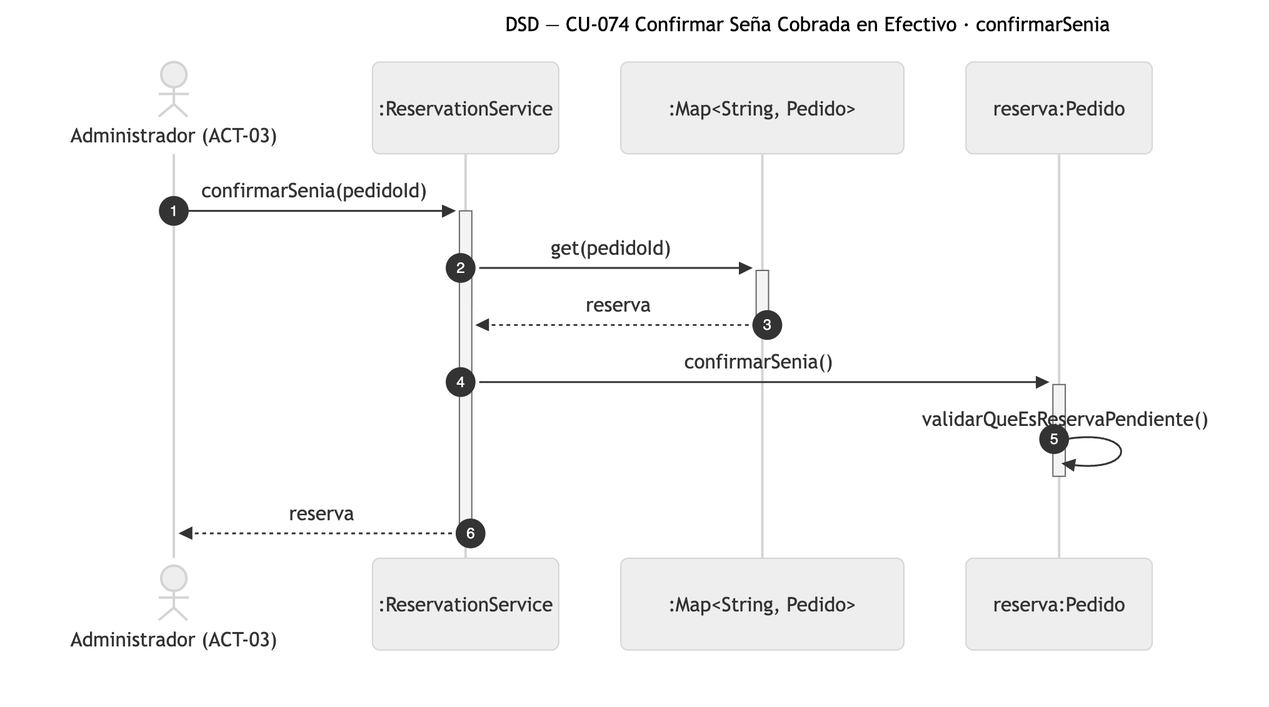
Nahuelito-Dev/splg-docs keeps this Mermaid diagram as diagramas/png/DSD_CU-074_confirmarSenia.png. Above is the earlier version. Its source is kept beside it as diagramas/DSD_CU-074_confirmarSenia.mmd. The source it was exported from:
```mermaid
sequenceDiagram
    title DSD — CU-074 Confirmar Seña Cobrada en Efectivo · confirmarSenia
    autonumber
    actor ADM as Administrador (ACT-03)
    participant SRV as :ReservationService
    participant COL as :Map#lt;String, Pedido#gt;
    participant PED as reserva:Pedido

    ADM->>+SRV: confirmarSenia(pedidoId)
    SRV->>+COL: get(pedidoId)
    COL-->>-SRV: reserva
    SRV->>+PED: confirmarSenia()
    PED->>PED: validarQueEsReservaPendiente()
    deactivate PED
    SRV-->>-ADM: reserva
```
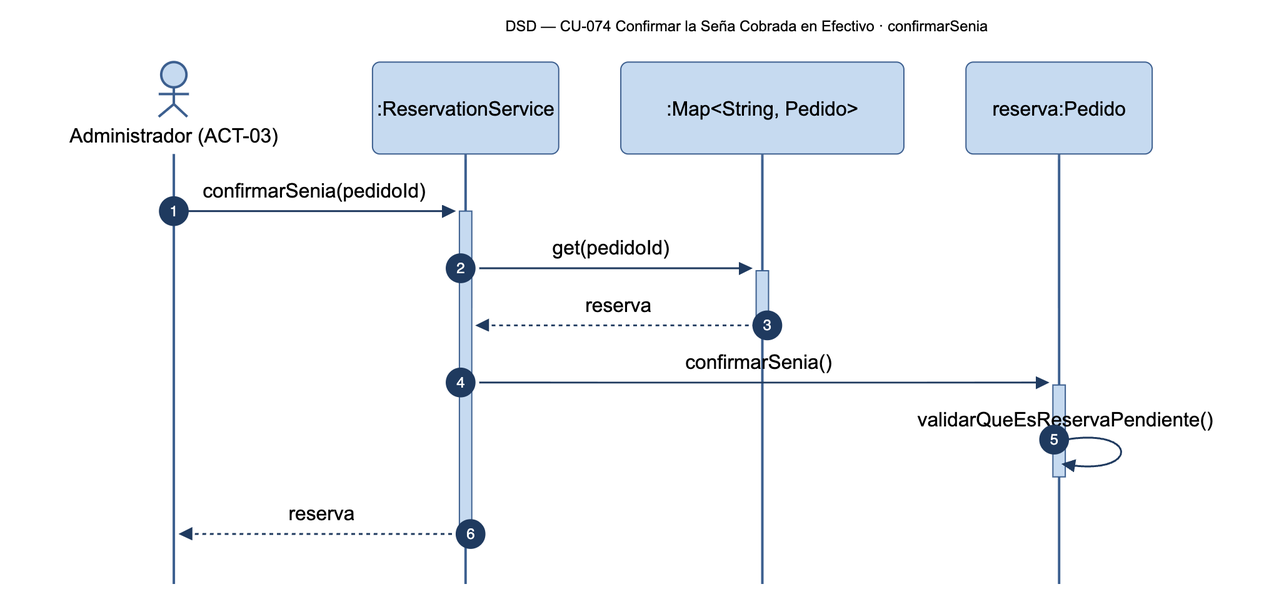
After the commit.

What changed in the source:
```diff
@@ -1,5 +1,5 @@
 sequenceDiagram
-    title DSD — CU-074 Confirmar Seña Cobrada en Efectivo · confirmarSenia
+    title DSD — CU-074 Confirmar la Seña Cobrada en Efectivo · confirmarSenia
     autonumber
     actor ADM as Administrador (ACT-03)
     participant SRV as :ReservationService
```
